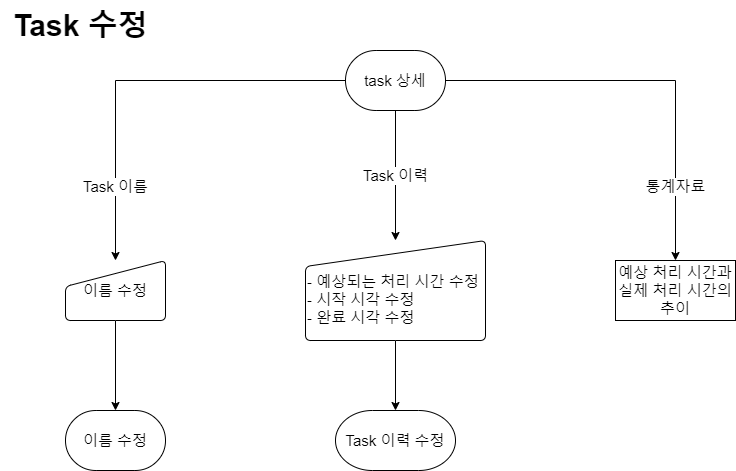
The draw.io diagram timetodo-flowchart/task fix.png in MEOHIN/todo-pe, before a commit. Source tidied: cells renumbered, new cells last; positions are measured from the earlier drawing's top-left corner, leaving out a move shared by most shapes.
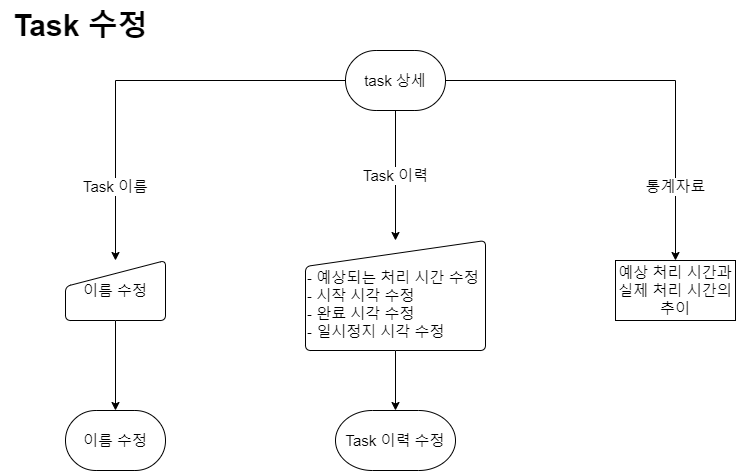
Above is the later version.

Change to the diagram source:
```diff
@@ -26,8 +26,8 @@
     <mxCell id="9" style="edgeStyle=orthogonalEdgeStyle;rounded=0;jettySize=auto;html=1;" parent="1" edge="1" source="10" target="13">
       <mxGeometry relative="1" as="geometry" />
     </mxCell>
-    <mxCell id="10" value="&lt;br&gt;- 예상되는 처리 시간 수정&lt;br&gt;&lt;div style=&quot;&quot;&gt;&lt;span style=&quot;background-color: initial;&quot;&gt;- 시작 시각 수정&lt;/span&gt;&lt;/div&gt;- 완료 시각 수정" style="html=1;strokeWidth=1;shape=manualInput;whiteSpace=wrap;rounded=1;size=26;arcSize=11;fontSize=15;align=left;" parent="1" vertex="1">
-      <mxGeometry x="305" y="240" width="180" height="100" as="geometry" />
+    <mxCell id="10" value="&lt;br&gt;- 예상되는 처리 시간 수정&lt;br&gt;&lt;div style=&quot;&quot;&gt;&lt;span style=&quot;background-color: initial;&quot;&gt;- 시작 시각 수정&lt;/span&gt;&lt;/div&gt;- 완료 시각 수정&lt;br&gt;- 일시정지 시각 수정" style="html=1;strokeWidth=1;shape=manualInput;whiteSpace=wrap;rounded=1;size=26;arcSize=11;fontSize=15;align=left;" parent="1" vertex="1">
+      <mxGeometry x="305" y="240" width="180" height="110" as="geometry" />
     </mxCell>
     <mxCell id="11" value="예상 처리 시간과 실제 처리 시간의 추이" style="whiteSpace=wrap;html=1;fontSize=15;strokeWidth=1;" parent="1" vertex="1">
       <mxGeometry x="615" y="260" width="120" height="60" as="geometry" />
```
